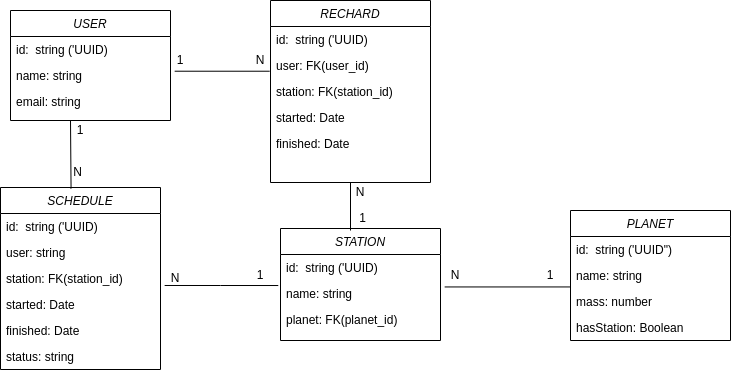
Above: docs/BD.png in nicolasvasca/desafio-voltbras (draw.io), before the change. Source tidied: cells renumbered, new cells last; positions are measured from the earlier drawing's top-left corner, leaving out a move shared by most shapes. Source of this version:
```xml
<mxGraphModel>
  <root>
    <mxCell id="0" />
    <mxCell id="1" parent="0" />
    <mxCell id="2" value="USER" style="swimlane;fontStyle=2;align=center;verticalAlign=top;horizontal=1;startSize=26;rounded=0;shadow=0;strokeWidth=1;" parent="1" vertex="1">
      <mxGeometry x="10" y="10" width="160" height="110" as="geometry" />
    </mxCell>
    <mxCell id="3" value="id:  string ('UUID)" style="text;align=left;verticalAlign=top;spacingLeft=4;spacingRight=4;overflow=hidden;rounded=0;shadow=0;html=0;" parent="2" vertex="1">
      <mxGeometry y="26" width="160" height="26" as="geometry" />
    </mxCell>
    <mxCell id="4" value="name: string" style="text;align=left;verticalAlign=top;spacingLeft=4;spacingRight=4;overflow=hidden;points=[[0,0.5],[1,0.5]];portConstraint=eastwest;" parent="2" vertex="1">
      <mxGeometry y="52" width="160" height="26" as="geometry" />
    </mxCell>
    <mxCell id="5" value="email: string" style="text;align=left;verticalAlign=top;spacingLeft=4;spacingRight=4;overflow=hidden;rounded=0;shadow=0;html=0;" parent="2" vertex="1">
      <mxGeometry y="78" width="160" height="26" as="geometry" />
    </mxCell>
    <mxCell id="6" value="PLANET" style="swimlane;fontStyle=2;align=center;verticalAlign=top;horizontal=1;startSize=26;rounded=0;shadow=0;strokeWidth=1;" parent="1" vertex="1">
      <mxGeometry x="570" y="210" width="160" height="130" as="geometry" />
    </mxCell>
    <mxCell id="7" value="id:  string ('UUID&quot;)" style="text;align=left;verticalAlign=top;spacingLeft=4;spacingRight=4;overflow=hidden;rounded=0;shadow=0;html=0;" parent="6" vertex="1">
      <mxGeometry y="26" width="160" height="26" as="geometry" />
    </mxCell>
    <mxCell id="8" value="name: string" style="text;align=left;verticalAlign=top;spacingLeft=4;spacingRight=4;overflow=hidden;points=[[0,0.5],[1,0.5]];portConstraint=eastwest;" parent="6" vertex="1">
      <mxGeometry y="52" width="160" height="26" as="geometry" />
    </mxCell>
    <mxCell id="9" value="mass: number" style="text;align=left;verticalAlign=top;spacingLeft=4;spacingRight=4;overflow=hidden;rounded=0;shadow=0;html=0;" parent="6" vertex="1">
      <mxGeometry y="78" width="160" height="26" as="geometry" />
    </mxCell>
    <mxCell id="10" value="hasStation: Boolean" style="text;align=left;verticalAlign=top;spacingLeft=4;spacingRight=4;overflow=hidden;rounded=0;shadow=0;html=0;" parent="6" vertex="1">
      <mxGeometry y="104" width="160" height="26" as="geometry" />
    </mxCell>
    <mxCell id="11" value="STATION" style="swimlane;fontStyle=2;align=center;verticalAlign=top;horizontal=1;startSize=26;rounded=0;shadow=0;strokeWidth=1;" parent="1" vertex="1">
      <mxGeometry x="280" y="228" width="160" height="112" as="geometry" />
    </mxCell>
    <mxCell id="12" value="id:  string ('UUID)" style="text;align=left;verticalAlign=top;spacingLeft=4;spacingRight=4;overflow=hidden;rounded=0;shadow=0;html=0;" parent="11" vertex="1">
      <mxGeometry y="26" width="160" height="26" as="geometry" />
    </mxCell>
    <mxCell id="13" value="name: string" style="text;align=left;verticalAlign=top;spacingLeft=4;spacingRight=4;overflow=hidden;points=[[0,0.5],[1,0.5]];portConstraint=eastwest;" parent="11" vertex="1">
      <mxGeometry y="52" width="160" height="26" as="geometry" />
    </mxCell>
    <mxCell id="14" value="planet: FK(planet_id)" style="text;align=left;verticalAlign=top;spacingLeft=4;spacingRight=4;overflow=hidden;rounded=0;shadow=0;html=0;" parent="11" vertex="1">
      <mxGeometry y="78" width="160" height="26" as="geometry" />
    </mxCell>
    <mxCell id="15" style="endArrow=none;html=1;rounded=0;entryX=0;entryY=0.94;entryDx=0;entryDy=0;entryPerimeter=0;exitX=1.026;exitY=0.248;exitDx=0;exitDy=0;exitPerimeter=0;" parent="1" edge="1" source="13" target="8">
      <mxGeometry relative="1" as="geometry" />
    </mxCell>
    <mxCell id="16" value="1" style="text;html=1;strokeColor=none;fillColor=none;align=center;verticalAlign=middle;whiteSpace=wrap;rounded=0;" parent="1" vertex="1">
      <mxGeometry x="530" y="265" width="40" height="20" as="geometry" />
    </mxCell>
    <mxCell id="17" value="N" style="text;html=1;strokeColor=none;fillColor=none;align=center;verticalAlign=middle;whiteSpace=wrap;rounded=0;" parent="1" vertex="1">
      <mxGeometry x="450" y="265" width="10" height="20" as="geometry" />
    </mxCell>
    <mxCell id="18" value="RECHARD" style="swimlane;fontStyle=2;align=center;verticalAlign=top;horizontal=1;startSize=26;rounded=0;shadow=0;strokeWidth=1;" parent="1" vertex="1">
      <mxGeometry x="270" width="160" height="182" as="geometry" />
    </mxCell>
    <mxCell id="19" value="id:  string ('UUID)" style="text;align=left;verticalAlign=top;spacingLeft=4;spacingRight=4;overflow=hidden;rounded=0;shadow=0;html=0;" parent="18" vertex="1">
      <mxGeometry y="26" width="160" height="26" as="geometry" />
    </mxCell>
    <mxCell id="20" value="user: FK(user_id)" style="text;align=left;verticalAlign=top;spacingLeft=4;spacingRight=4;overflow=hidden;points=[[0,0.5],[1,0.5]];portConstraint=eastwest;" parent="18" vertex="1">
      <mxGeometry y="52" width="160" height="26" as="geometry" />
    </mxCell>
    <mxCell id="21" value="station: FK(station_id)" style="text;align=left;verticalAlign=top;spacingLeft=4;spacingRight=4;overflow=hidden;rounded=0;shadow=0;html=0;" parent="18" vertex="1">
      <mxGeometry y="78" width="160" height="26" as="geometry" />
    </mxCell>
    <mxCell id="22" value="started: Date" style="text;align=left;verticalAlign=top;spacingLeft=4;spacingRight=4;overflow=hidden;rounded=0;shadow=0;html=0;" parent="18" vertex="1">
      <mxGeometry y="104" width="160" height="26" as="geometry" />
    </mxCell>
    <mxCell id="23" value="finished: Date" style="text;align=left;verticalAlign=top;spacingLeft=4;spacingRight=4;overflow=hidden;points=[[0,0.5],[1,0.5]];portConstraint=eastwest;rounded=0;shadow=0;html=0;" parent="18" vertex="1">
      <mxGeometry y="130" width="160" height="26" as="geometry" />
    </mxCell>
    <mxCell id="24" value="SCHEDULE" style="swimlane;fontStyle=2;align=center;verticalAlign=top;horizontal=1;startSize=26;rounded=0;shadow=0;strokeWidth=1;" parent="1" vertex="1">
      <mxGeometry y="187" width="160" height="182" as="geometry" />
    </mxCell>
    <mxCell id="25" value="id:  string ('UUID)" style="text;align=left;verticalAlign=top;spacingLeft=4;spacingRight=4;overflow=hidden;rounded=0;shadow=0;html=0;" parent="24" vertex="1">
      <mxGeometry y="26" width="160" height="26" as="geometry" />
    </mxCell>
    <mxCell id="26" value="user: string" style="text;align=left;verticalAlign=top;spacingLeft=4;spacingRight=4;overflow=hidden;" parent="24" vertex="1">
      <mxGeometry y="52" width="160" height="26" as="geometry" />
    </mxCell>
    <mxCell id="27" value="station: FK(station_id)" style="text;align=left;verticalAlign=top;spacingLeft=4;spacingRight=4;overflow=hidden;points=[[0,0.5],[1,0.5]];portConstraint=eastwest;rounded=0;shadow=0;html=0;" parent="24" vertex="1">
      <mxGeometry y="78" width="160" height="26" as="geometry" />
    </mxCell>
    <mxCell id="28" value="started: Date" style="text;align=left;verticalAlign=top;spacingLeft=4;spacingRight=4;overflow=hidden;rounded=0;shadow=0;html=0;" parent="24" vertex="1">
      <mxGeometry y="104" width="160" height="26" as="geometry" />
    </mxCell>
    <mxCell id="29" value="finished: Date" style="text;align=left;verticalAlign=top;spacingLeft=4;spacingRight=4;overflow=hidden;rounded=0;shadow=0;html=0;" parent="24" vertex="1">
      <mxGeometry y="130" width="160" height="26" as="geometry" />
    </mxCell>
    <mxCell id="30" value="status: string" style="text;align=left;verticalAlign=top;spacingLeft=4;spacingRight=4;overflow=hidden;rounded=0;shadow=0;html=0;" parent="24" vertex="1">
      <mxGeometry y="156" width="160" height="26" as="geometry" />
    </mxCell>
    <mxCell id="31" style="endArrow=none;html=1;rounded=0;entryX=-0.014;entryY=0.193;entryDx=0;entryDy=0;entryPerimeter=0;exitX=1.026;exitY=0.769;exitDx=0;exitDy=0;exitPerimeter=0;" parent="1" edge="1" source="27" target="13">
      <mxGeometry relative="1" as="geometry">
        <Array as="points">
          <mxPoint x="220" y="285" />
        </Array>
      </mxGeometry>
    </mxCell>
    <mxCell id="32" style="endArrow=none;html=1;rounded=0;entryX=-0.005;entryY=0.72;entryDx=0;entryDy=0;entryPerimeter=0;exitX=1.026;exitY=0.335;exitDx=0;exitDy=0;exitPerimeter=0;" parent="1" edge="1" source="4" target="20">
      <mxGeometry relative="1" as="geometry" />
    </mxCell>
    <mxCell id="33" style="endArrow=none;html=1;rounded=0;exitX=0.441;exitY=0.006;exitDx=0;exitDy=0;exitPerimeter=0;" parent="1" edge="1" source="24">
      <mxGeometry relative="1" as="geometry">
        <mxPoint x="70" y="120" as="targetPoint" />
      </mxGeometry>
    </mxCell>
    <mxCell id="34" value="1" style="text;html=1;strokeColor=none;fillColor=none;align=center;verticalAlign=middle;whiteSpace=wrap;rounded=0;" parent="1" vertex="1">
      <mxGeometry x="240" y="265" width="40" height="20" as="geometry" />
    </mxCell>
    <mxCell id="35" value="N" style="text;html=1;strokeColor=none;fillColor=none;align=center;verticalAlign=middle;whiteSpace=wrap;rounded=0;" parent="1" vertex="1">
      <mxGeometry x="170" y="268" width="10" height="20" as="geometry" />
    </mxCell>
    <mxCell id="36" value="N" style="text;html=1;strokeColor=none;fillColor=none;align=center;verticalAlign=middle;whiteSpace=wrap;rounded=0;" parent="1" vertex="1">
      <mxGeometry x="70" y="162" width="15" height="20" as="geometry" />
    </mxCell>
    <mxCell id="37" value="1" style="text;html=1;strokeColor=none;fillColor=none;align=center;verticalAlign=middle;whiteSpace=wrap;rounded=0;" parent="1" vertex="1">
      <mxGeometry x="60" y="120" width="40" height="20" as="geometry" />
    </mxCell>
    <mxCell id="38" value="1" style="text;html=1;strokeColor=none;fillColor=none;align=center;verticalAlign=middle;whiteSpace=wrap;rounded=0;" parent="1" vertex="1">
      <mxGeometry x="170" y="50" width="20" height="20" as="geometry" />
    </mxCell>
    <mxCell id="39" value="N" style="text;html=1;strokeColor=none;fillColor=none;align=center;verticalAlign=middle;whiteSpace=wrap;rounded=0;" parent="1" vertex="1">
      <mxGeometry x="255" y="50" width="10" height="20" as="geometry" />
    </mxCell>
    <mxCell id="40" style="endArrow=none;html=1;rounded=0;entryX=0.5;entryY=1;entryDx=0;entryDy=0;" parent="1" edge="1" target="18">
      <mxGeometry relative="1" as="geometry">
        <mxPoint x="350" y="230" as="sourcePoint" />
      </mxGeometry>
    </mxCell>
    <mxCell id="41" value="N" style="text;html=1;strokeColor=none;fillColor=none;align=center;verticalAlign=middle;whiteSpace=wrap;rounded=0;" parent="1" vertex="1">
      <mxGeometry x="355" y="182" width="10" height="20" as="geometry" />
    </mxCell>
    <mxCell id="42" value="1" style="text;html=1;strokeColor=none;fillColor=none;align=center;verticalAlign=middle;whiteSpace=wrap;rounded=0;" parent="1" vertex="1">
      <mxGeometry x="355" y="208" width="15" height="20" as="geometry" />
    </mxCell>
  </root>
</mxGraphModel>
```
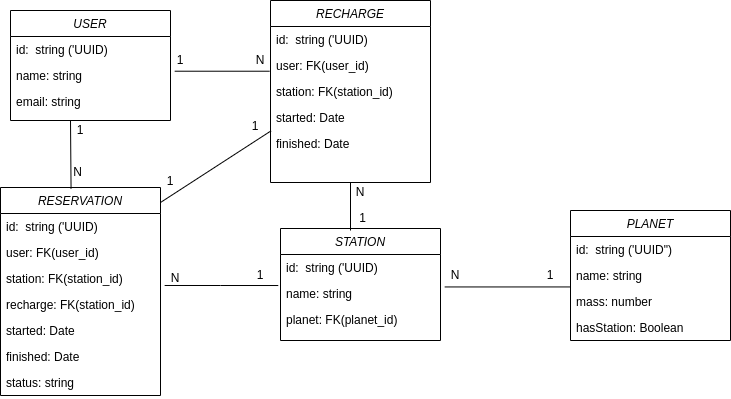
The same diagram one commit later.

The edit, as a diff of the source:
```diff
@@ -50,7 +50,7 @@
     <mxCell id="17" value="N" style="text;html=1;strokeColor=none;fillColor=none;align=center;verticalAlign=middle;whiteSpace=wrap;rounded=0;" parent="1" vertex="1">
       <mxGeometry x="450" y="265" width="10" height="20" as="geometry" />
     </mxCell>
-    <mxCell id="18" value="RECHARD" style="swimlane;fontStyle=2;align=center;verticalAlign=top;horizontal=1;startSize=26;rounded=0;shadow=0;strokeWidth=1;" parent="1" vertex="1">
+    <mxCell id="18" value="RECHARGE" style="swimlane;fontStyle=2;align=center;verticalAlign=top;horizontal=1;startSize=26;rounded=0;shadow=0;strokeWidth=1;" parent="1" vertex="1">
       <mxGeometry x="270" width="160" height="182" as="geometry" />
     </mxCell>
     <mxCell id="19" value="id:  string ('UUID)" style="text;align=left;verticalAlign=top;spacingLeft=4;spacingRight=4;overflow=hidden;rounded=0;shadow=0;html=0;" parent="18" vertex="1">
@@ -68,26 +68,29 @@
     <mxCell id="23" value="finished: Date" style="text;align=left;verticalAlign=top;spacingLeft=4;spacingRight=4;overflow=hidden;points=[[0,0.5],[1,0.5]];portConstraint=eastwest;rounded=0;shadow=0;html=0;" parent="18" vertex="1">
       <mxGeometry y="130" width="160" height="26" as="geometry" />
     </mxCell>
-    <mxCell id="24" value="SCHEDULE" style="swimlane;fontStyle=2;align=center;verticalAlign=top;horizontal=1;startSize=26;rounded=0;shadow=0;strokeWidth=1;" parent="1" vertex="1">
-      <mxGeometry y="187" width="160" height="182" as="geometry" />
+    <mxCell id="24" value="RESERVATION" style="swimlane;fontStyle=2;align=center;verticalAlign=top;horizontal=1;startSize=26;rounded=0;shadow=0;strokeWidth=1;" parent="1" vertex="1">
+      <mxGeometry y="187" width="160" height="208" as="geometry" />
     </mxCell>
     <mxCell id="25" value="id:  string ('UUID)" style="text;align=left;verticalAlign=top;spacingLeft=4;spacingRight=4;overflow=hidden;rounded=0;shadow=0;html=0;" parent="24" vertex="1">
       <mxGeometry y="26" width="160" height="26" as="geometry" />
     </mxCell>
-    <mxCell id="26" value="user: string" style="text;align=left;verticalAlign=top;spacingLeft=4;spacingRight=4;overflow=hidden;" parent="24" vertex="1">
+    <mxCell id="26" value="user: FK(user_id)" style="text;align=left;verticalAlign=top;spacingLeft=4;spacingRight=4;overflow=hidden;" parent="24" vertex="1">
       <mxGeometry y="52" width="160" height="26" as="geometry" />
     </mxCell>
     <mxCell id="27" value="station: FK(station_id)" style="text;align=left;verticalAlign=top;spacingLeft=4;spacingRight=4;overflow=hidden;points=[[0,0.5],[1,0.5]];portConstraint=eastwest;rounded=0;shadow=0;html=0;" parent="24" vertex="1">
       <mxGeometry y="78" width="160" height="26" as="geometry" />
     </mxCell>
+    <mxCell id="43" value="recharge: FK(station_id)" style="text;align=left;verticalAlign=top;spacingLeft=4;spacingRight=4;overflow=hidden;rounded=0;shadow=0;html=0;" parent="24" vertex="1">
+      <mxGeometry y="104" width="160" height="26" as="geometry" />
+    </mxCell>
     <mxCell id="28" value="started: Date" style="text;align=left;verticalAlign=top;spacingLeft=4;spacingRight=4;overflow=hidden;rounded=0;shadow=0;html=0;" parent="24" vertex="1">
-      <mxGeometry y="104" width="160" height="26" as="geometry" />
+      <mxGeometry y="130" width="160" height="26" as="geometry" />
     </mxCell>
     <mxCell id="29" value="finished: Date" style="text;align=left;verticalAlign=top;spacingLeft=4;spacingRight=4;overflow=hidden;rounded=0;shadow=0;html=0;" parent="24" vertex="1">
-      <mxGeometry y="130" width="160" height="26" as="geometry" />
+      <mxGeometry y="156" width="160" height="26" as="geometry" />
     </mxCell>
     <mxCell id="30" value="status: string" style="text;align=left;verticalAlign=top;spacingLeft=4;spacingRight=4;overflow=hidden;rounded=0;shadow=0;html=0;" parent="24" vertex="1">
-      <mxGeometry y="156" width="160" height="26" as="geometry" />
+      <mxGeometry y="182" width="160" height="26" as="geometry" />
     </mxCell>
     <mxCell id="31" style="endArrow=none;html=1;rounded=0;entryX=-0.014;entryY=0.193;entryDx=0;entryDy=0;entryPerimeter=0;exitX=1.026;exitY=0.769;exitDx=0;exitDy=0;exitPerimeter=0;" parent="1" edge="1" source="27" target="13">
       <mxGeometry relative="1" as="geometry">
@@ -133,5 +136,16 @@
     <mxCell id="42" value="1" style="text;html=1;strokeColor=none;fillColor=none;align=center;verticalAlign=middle;whiteSpace=wrap;rounded=0;" parent="1" vertex="1">
       <mxGeometry x="355" y="208" width="15" height="20" as="geometry" />
     </mxCell>
+    <mxCell id="44" style="endArrow=none;html=1;rounded=0;entryX=0.004;entryY=0.011;entryDx=0;entryDy=0;entryPerimeter=0;" parent="1" edge="1" target="23">
+      <mxGeometry relative="1" as="geometry">
+        <mxPoint x="160" y="202" as="sourcePoint" />
+      </mxGeometry>
+    </mxCell>
+    <mxCell id="45" value="1" style="text;html=1;strokeColor=none;fillColor=none;align=center;verticalAlign=middle;whiteSpace=wrap;rounded=0;" parent="1" vertex="1">
+      <mxGeometry x="160" y="175" width="20" height="12" as="geometry" />
+    </mxCell>
+    <mxCell id="46" value="1" style="text;html=1;strokeColor=none;fillColor=none;align=center;verticalAlign=middle;whiteSpace=wrap;rounded=0;" parent="1" vertex="1">
+      <mxGeometry x="245" y="120" width="20" height="12" as="geometry" />
+    </mxCell>
   </root>
 </mxGraphModel>
```
